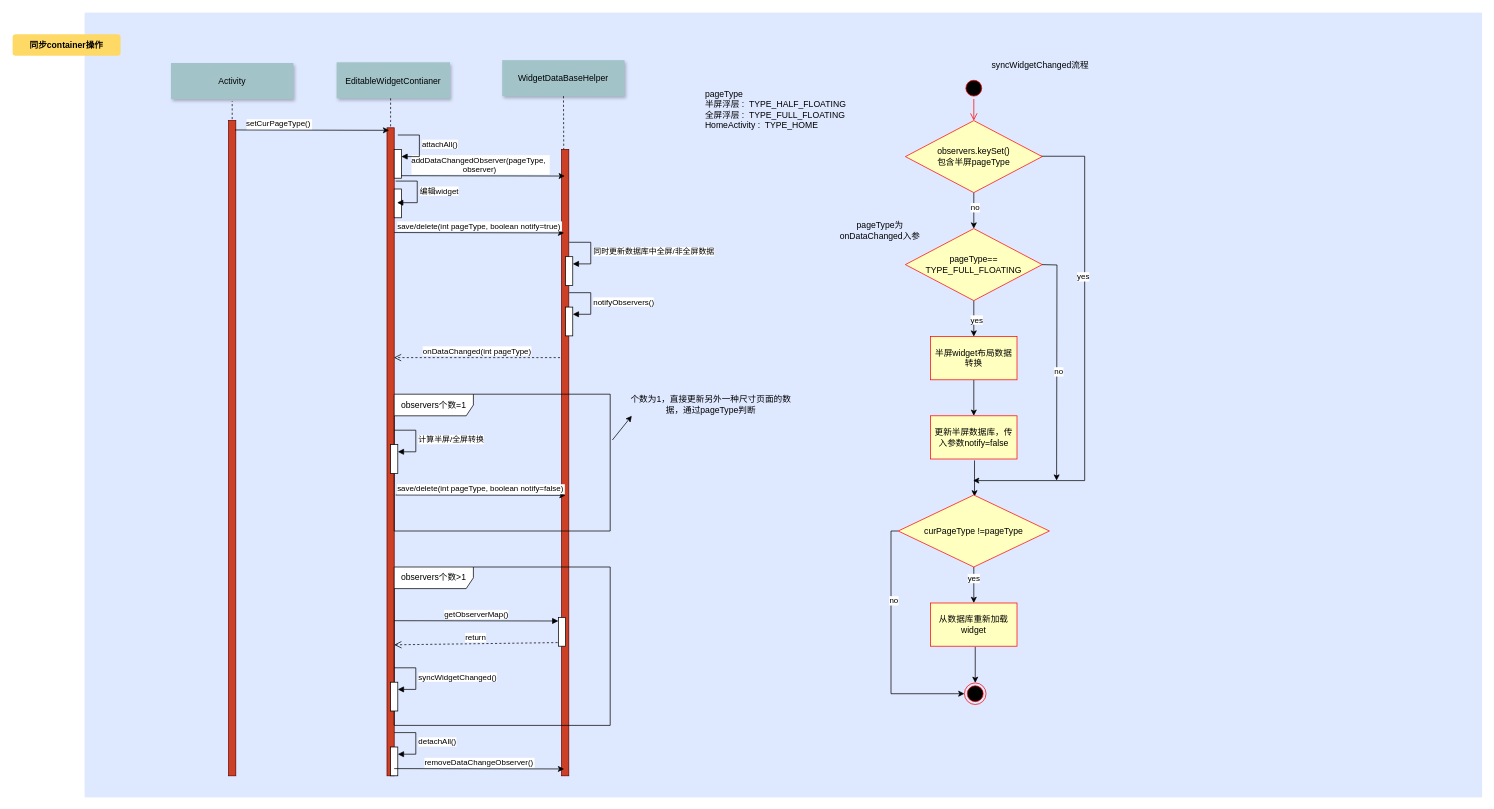
jasonjiang1018/draw.io-UML keeps this draw.io diagram as widget同步container操作.drawio. Above is the earlier version. Source tidied: cells renumbered, new cells numbered last; positions are measured from the earlier drawing's top-left corner, leaving out a move shared by most shapes. Both pictures are drawn from the tidied source at 72%, with x=0, y=0 at pixel (12, 12).
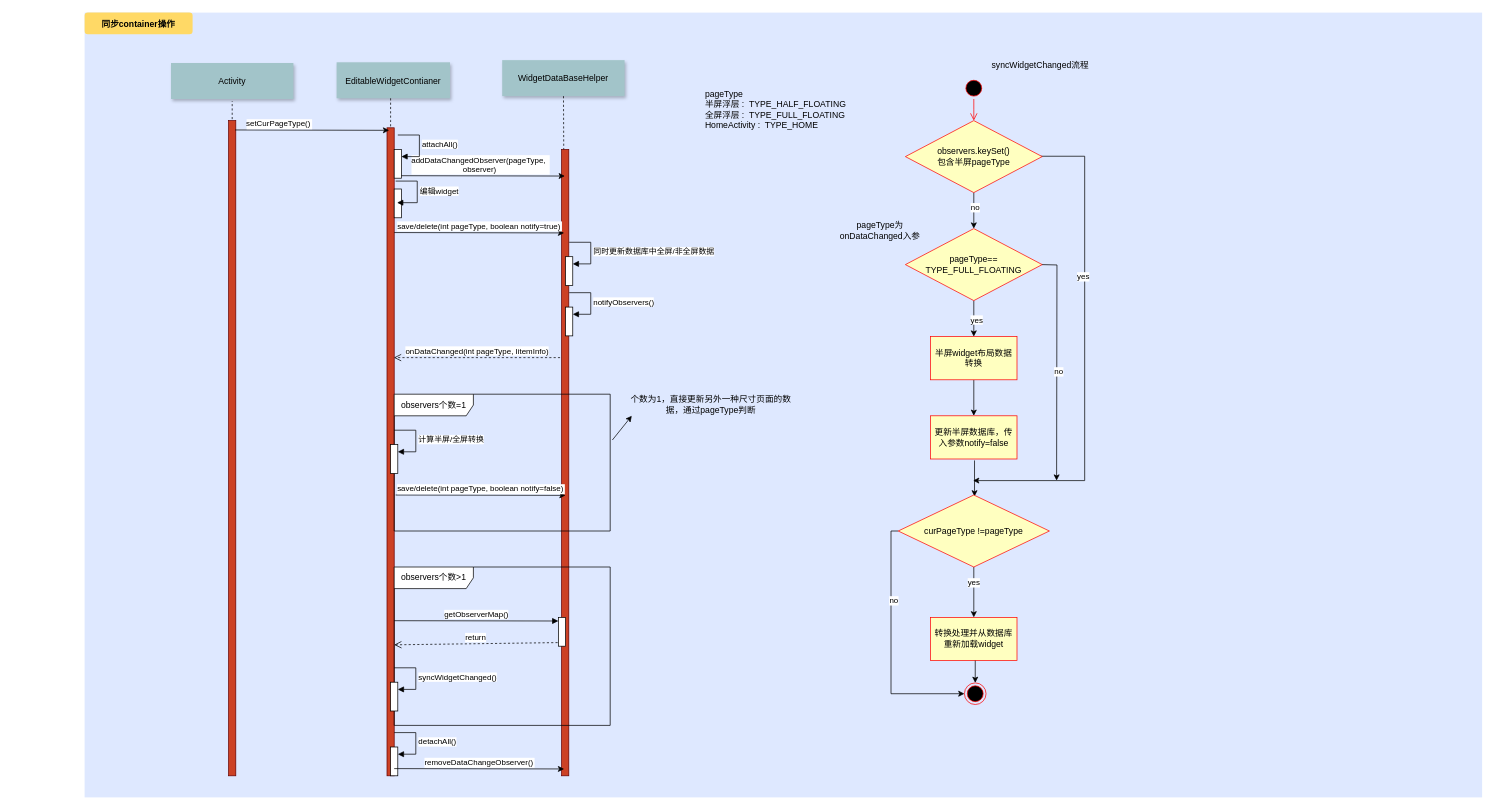
The same diagram, later.

Commit message (it also covers changes not shown here):
更新widget同步container操作.drawio

Diff of the diagram source:
```diff
@@
     <mxCell id="10" value="同步container操作" style="rounded=1;fontStyle=1;fillColor=#FFD966;strokeColor=none;" parent="1" vertex="1">
-      <mxGeometry y="30" width="150" height="30" as="geometry" />
+      <mxGeometry x="100" width="150" height="30" as="geometry" />
     </mxCell>
@@
-    <mxCell id="18" value="&lt;div&gt;onDataChanged(int pageType)&lt;/div&gt;" style="html=1;verticalAlign=bottom;endArrow=open;dashed=1;endSize=8;curved=0;rounded=0;exitX=0.248;exitY=0.538;exitDx=0;exitDy=0;exitPerimeter=0;entryX=0.101;entryY=0.538;entryDx=0;entryDy=0;entryPerimeter=0;" parent="1" edge="1">
+    <mxCell id="18" value="&lt;div&gt;onDataChanged(int pageType, IitemInfo)&lt;/div&gt;" style="html=1;verticalAlign=bottom;endArrow=open;dashed=1;endSize=8;curved=0;rounded=0;exitX=0.248;exitY=0.538;exitDx=0;exitDy=0;exitPerimeter=0;entryX=0.101;entryY=0.538;entryDx=0;entryDy=0;entryPerimeter=0;" parent="1" edge="1">
       <mxGeometry relative="1" as="geometry">
         <mxPoint x="760.4" y="479.2" as="sourcePoint" />
         <mxPoint x="529.6" y="479.2" as="targetPoint" />
       </mxGeometry>
     </mxCell>
@@
-    <mxCell id="64" value="从数据库重新加载widget" style="whiteSpace=wrap;html=1;fillColor=#ffffc0;strokeColor=#ff0000;fontColor=#000000;" parent="1" vertex="1">
-      <mxGeometry x="1275" y="820" width="120" height="60" as="geometry" />
+    <mxCell id="64" value="转换处理并从数据库重新加载widget" style="whiteSpace=wrap;html=1;fillColor=#ffffc0;strokeColor=#ff0000;fontColor=#000000;" parent="1" vertex="1">
+      <mxGeometry x="1275" y="840" width="120" height="60" as="geometry" />
     </mxCell>
@@
     <mxCell id="66" style="edgeStyle=orthogonalEdgeStyle;rounded=0;orthogonalLoop=1;jettySize=auto;html=1;" parent="1" edge="1">
       <mxGeometry relative="1" as="geometry">
-        <mxPoint x="1337" y="881" as="sourcePoint" />
+        <mxPoint x="1337" y="900" as="sourcePoint" />
         <mxPoint x="1337" y="931" as="targetPoint" />
       </mxGeometry>
     </mxCell>
```
